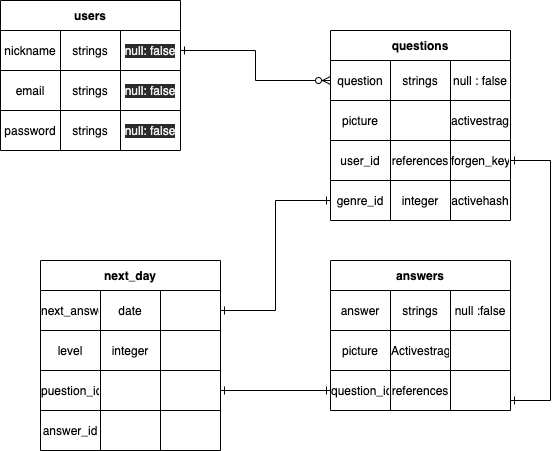
mizukosy/tango-app keeps this draw.io diagram as tango_next.drawio.png. Above is the earlier version. Source tidied: cells renumbered, new cells last; positions are measured from the earlier drawing's top-left corner, leaving out a move shared by most shapes.
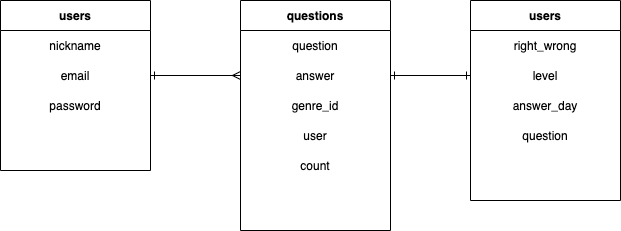
After the commit.

Change to the diagram source:
```diff
@@ -2,202 +2,92 @@
   <root>
     <mxCell id="0" />
     <mxCell id="1" parent="0" />
+    <mxCell id="34" value="users" style="shape=table;html=1;whiteSpace=wrap;startSize=30;rowLines=0;fontStyle=1;align=center;" parent="1" vertex="1">
+      <mxGeometry x="30" y="30" width="150" height="170" as="geometry" />
+    </mxCell>
+    <mxCell id="66" style="shape=partialRectangle;html=1;whiteSpace=wrap;fillColor=none;top=0;left=0;bottom=0;right=0;" parent="34" vertex="1">
+      <mxGeometry y="30" width="150" height="30" as="geometry" />
+    </mxCell>
+    <mxCell id="36" value="nickname" style="shape=partialRectangle;html=1;whiteSpace=wrap;fillColor=none;top=0;left=0;bottom=0;right=0;overflow=hidden;" parent="66" vertex="1">
+      <mxGeometry width="150" height="30" as="geometry" />
+    </mxCell>
+    <mxCell id="67" style="shape=partialRectangle;html=1;whiteSpace=wrap;fillColor=none;top=0;left=0;bottom=0;right=0;points=[[0,0.5],[1,0.5]];portConstraint=eastwest;" parent="34" vertex="1">
+      <mxGeometry y="60" width="150" height="30" as="geometry" />
+    </mxCell>
+    <mxCell id="19" value="email" style="shape=partialRectangle;html=1;whiteSpace=wrap;fillColor=none;top=0;left=0;bottom=0;right=0;overflow=hidden;" parent="67" vertex="1">
+      <mxGeometry width="150" height="30" as="geometry" />
+    </mxCell>
+    <mxCell id="68" style="shape=partialRectangle;html=1;whiteSpace=wrap;fillColor=none;top=0;left=0;bottom=0;right=0;" parent="34" vertex="1">
+      <mxGeometry y="90" width="150" height="30" as="geometry" />
+    </mxCell>
+    <mxCell id="44" value="password" style="shape=partialRectangle;html=1;whiteSpace=wrap;fillColor=none;top=0;left=0;bottom=0;right=0;overflow=hidden;" parent="68" vertex="1">
+      <mxGeometry width="150" height="30" as="geometry" />
+    </mxCell>
+    <mxCell id="53" value="users" style="shape=table;html=1;whiteSpace=wrap;startSize=30;rowLines=0;fontStyle=1;align=center;" parent="1" vertex="1">
+      <mxGeometry x="500" y="30" width="150" height="200" as="geometry" />
+    </mxCell>
+    <mxCell id="54" style="shape=partialRectangle;html=1;whiteSpace=wrap;fillColor=none;top=0;left=0;bottom=0;right=0;" parent="53" vertex="1">
+      <mxGeometry y="30" width="150" height="30" as="geometry" />
+    </mxCell>
+    <mxCell id="55" value="right_wrong" style="shape=partialRectangle;html=1;whiteSpace=wrap;fillColor=none;top=0;left=0;bottom=0;right=0;overflow=hidden;" parent="54" vertex="1">
+      <mxGeometry width="150" height="30" as="geometry" />
+    </mxCell>
+    <mxCell id="58" style="shape=partialRectangle;html=1;whiteSpace=wrap;fillColor=none;top=0;left=0;bottom=0;right=0;points=[[0,0.5],[1,0.5]];portConstraint=eastwest;" parent="53" vertex="1">
+      <mxGeometry y="60" width="150" height="30" as="geometry" />
+    </mxCell>
+    <mxCell id="59" value="level" style="shape=partialRectangle;html=1;whiteSpace=wrap;fillColor=none;top=0;left=0;bottom=0;right=0;overflow=hidden;" parent="58" vertex="1">
+      <mxGeometry width="150" height="30" as="geometry" />
+    </mxCell>
+    <mxCell id="69" style="shape=partialRectangle;html=1;whiteSpace=wrap;fillColor=none;top=0;left=0;bottom=0;right=0;" parent="53" vertex="1">
+      <mxGeometry y="90" width="150" height="30" as="geometry" />
+    </mxCell>
+    <mxCell id="60" value="answer_day" style="shape=partialRectangle;html=1;whiteSpace=wrap;fillColor=none;top=0;left=0;bottom=0;right=0;overflow=hidden;" parent="69" vertex="1">
+      <mxGeometry width="150" height="30" as="geometry" />
+    </mxCell>
+    <mxCell id="61" style="shape=partialRectangle;html=1;whiteSpace=wrap;fillColor=none;top=0;left=0;bottom=0;right=0;" parent="53" vertex="1">
+      <mxGeometry y="120" width="150" height="30" as="geometry" />
+    </mxCell>
+    <mxCell id="62" value="question" style="shape=partialRectangle;html=1;whiteSpace=wrap;fillColor=none;top=0;left=0;bottom=0;right=0;overflow=hidden;" parent="61" vertex="1">
+      <mxGeometry width="150" height="30" as="geometry" />
+    </mxCell>
-    <mxCell id="2" value="questions" style="shape=table;html=1;whiteSpace=wrap;startSize=30;fontStyle=1;align=center;" parent="1" vertex="1">
-      <mxGeometry x="330" y="30" width="180" height="190" as="geometry" />
+    <mxCell id="2" value="questions" style="shape=table;html=1;whiteSpace=wrap;startSize=30;rowLines=0;fontStyle=1;align=center;" parent="1" vertex="1">
+      <mxGeometry x="270" y="30" width="150" height="230" as="geometry" />
     </mxCell>
-    <mxCell id="3" style="shape=partialRectangle;html=1;whiteSpace=wrap;fillColor=none;top=0;left=0;bottom=0;right=0;points=[[0,0.5],[1,0.5]];portConstraint=eastwest;" parent="2" vertex="1">
-      <mxGeometry y="30" width="180" height="40" as="geometry" />
-    </mxCell>
+    <mxCell id="70" style="shape=partialRectangle;html=1;whiteSpace=wrap;fillColor=none;top=0;left=0;bottom=0;right=0;" parent="2" vertex="1">
+      <mxGeometry y="30" width="150" height="30" as="geometry" />
+    </mxCell>
-    <mxCell id="4" value="question" style="shape=partialRectangle;html=1;whiteSpace=wrap;fillColor=none;top=0;left=0;bottom=0;right=0;overflow=hidden;" parent="3" vertex="1">
-      <mxGeometry width="60" height="40" as="geometry" />
+    <mxCell id="4" value="question" style="shape=partialRectangle;html=1;whiteSpace=wrap;fillColor=none;top=0;left=0;bottom=0;right=0;overflow=hidden;" parent="70" vertex="1">
+      <mxGeometry width="150" height="30" as="geometry" />
     </mxCell>
-    <mxCell id="5" value="strings" style="shape=partialRectangle;html=1;whiteSpace=wrap;fillColor=none;top=0;left=0;bottom=0;right=0;overflow=hidden;" parent="3" vertex="1">
-      <mxGeometry x="60" width="60" height="40" as="geometry" />
-    </mxCell>
-    <mxCell id="6" value="null : false" style="shape=partialRectangle;html=1;whiteSpace=wrap;fillColor=none;top=0;left=0;bottom=0;right=0;overflow=hidden;" parent="3" vertex="1">
-      <mxGeometry x="120" width="60" height="40" as="geometry" />
-    </mxCell>
-    <mxCell id="7" style="shape=partialRectangle;html=1;whiteSpace=wrap;fillColor=none;top=0;left=0;bottom=0;right=0;" parent="2" vertex="1">
-      <mxGeometry y="70" width="180" height="40" as="geometry" />
-    </mxCell>
-    <mxCell id="8" value="picture" style="shape=partialRectangle;html=1;whiteSpace=wrap;fillColor=none;top=0;left=0;bottom=0;right=0;overflow=hidden;" parent="7" vertex="1">
-      <mxGeometry width="60" height="40" as="geometry" />
-    </mxCell>
-    <mxCell id="9" style="shape=partialRectangle;html=1;whiteSpace=wrap;fillColor=none;top=0;left=0;bottom=0;right=0;overflow=hidden;" parent="7" vertex="1">
-      <mxGeometry x="60" width="60" height="40" as="geometry" />
-    </mxCell>
-    <mxCell id="10" value="activestrage" style="shape=partialRectangle;html=1;whiteSpace=wrap;fillColor=none;top=0;left=0;bottom=0;right=0;overflow=hidden;" parent="7" vertex="1">
-      <mxGeometry x="120" width="60" height="40" as="geometry" />
-    </mxCell>
-    <mxCell id="11" style="shape=partialRectangle;html=1;whiteSpace=wrap;fillColor=none;top=0;left=0;bottom=0;right=0;points=[[0,0.5],[1,0.5]];portConstraint=eastwest;" parent="2" vertex="1">
-      <mxGeometry y="110" width="180" height="40" as="geometry" />
-    </mxCell>
-    <mxCell id="12" value="user_id" style="shape=partialRectangle;html=1;whiteSpace=wrap;fillColor=none;top=0;left=0;bottom=0;right=0;overflow=hidden;" parent="11" vertex="1">
-      <mxGeometry width="60" height="40" as="geometry" />
-    </mxCell>
-    <mxCell id="13" value="references" style="shape=partialRectangle;html=1;whiteSpace=wrap;fillColor=none;top=0;left=0;bottom=0;right=0;overflow=hidden;" parent="11" vertex="1">
-      <mxGeometry x="60" width="60" height="40" as="geometry" />
-    </mxCell>
-    <mxCell id="14" value="forgen_key" style="shape=partialRectangle;html=1;whiteSpace=wrap;fillColor=none;top=0;left=0;bottom=0;right=0;overflow=hidden;" parent="11" vertex="1">
-      <mxGeometry x="120" width="60" height="40" as="geometry" />
-    </mxCell>
-    <mxCell id="15" style="shape=partialRectangle;html=1;whiteSpace=wrap;fillColor=none;top=0;left=0;bottom=0;right=0;points=[[0,0.5],[1,0.5]];portConstraint=eastwest;" parent="2" vertex="1">
-      <mxGeometry y="150" width="180" height="40" as="geometry" />
-    </mxCell>
-    <mxCell id="16" value="genre_id" style="shape=partialRectangle;html=1;whiteSpace=wrap;fillColor=none;top=0;left=0;bottom=0;right=0;overflow=hidden;" parent="15" vertex="1">
-      <mxGeometry width="60" height="40" as="geometry" />
-    </mxCell>
-    <mxCell id="17" value="integer" style="shape=partialRectangle;html=1;whiteSpace=wrap;fillColor=none;top=0;left=0;bottom=0;right=0;overflow=hidden;" parent="15" vertex="1">
-      <mxGeometry x="60" width="60" height="40" as="geometry" />
-    </mxCell>
-    <mxCell id="18" value="activehash" style="shape=partialRectangle;html=1;whiteSpace=wrap;fillColor=none;top=0;left=0;bottom=0;right=0;overflow=hidden;" parent="15" vertex="1">
-      <mxGeometry x="120" width="60" height="40" as="geometry" />
-    </mxCell>
-    <mxCell id="19" style="edgeStyle=orthogonalEdgeStyle;rounded=0;jettySize=auto;html=1;exitX=1;exitY=0.5;exitDx=0;exitDy=0;startArrow=ERone;startFill=0;endArrow=ERzeroToMany;endFill=1;entryX=0;entryY=0.5;entryDx=0;entryDy=0;" parent="1" edge="1" source="35" target="3">
-      <mxGeometry relative="1" as="geometry" />
-    </mxCell>
-    <mxCell id="20" style="edgeStyle=orthogonalEdgeStyle;rounded=0;jettySize=auto;html=1;startArrow=ERone;startFill=0;endArrow=ERone;endFill=0;exitX=1;exitY=0.5;exitDx=0;exitDy=0;" parent="1" edge="1" source="11" target="30">
-      <mxGeometry relative="1" as="geometry">
-        <Array as="points">
-          <mxPoint x="550" y="160" />
-          <mxPoint x="550" y="400" />
-        </Array>
-      </mxGeometry>
-    </mxCell>
-    <mxCell id="21" value="answers" style="shape=table;html=1;whiteSpace=wrap;startSize=30;fontStyle=1;align=center;" parent="1" vertex="1">
-      <mxGeometry x="330" y="260" width="180" height="150" as="geometry" />
-    </mxCell>
-    <mxCell id="22" style="shape=partialRectangle;html=1;whiteSpace=wrap;fillColor=none;top=0;left=0;bottom=0;right=0;" parent="21" vertex="1">
-      <mxGeometry y="30" width="180" height="40" as="geometry" />
-    </mxCell>
+    <mxCell id="71" style="shape=partialRectangle;html=1;whiteSpace=wrap;fillColor=none;top=0;left=0;bottom=0;right=0;points=[[0,0.5],[1,0.5]];portConstraint=eastwest;" parent="2" vertex="1">
+      <mxGeometry y="60" width="150" height="30" as="geometry" />
+    </mxCell>
-    <mxCell id="23" value="answer" style="shape=partialRectangle;html=1;whiteSpace=wrap;fillColor=none;top=0;left=0;bottom=0;right=0;overflow=hidden;" parent="22" vertex="1">
-      <mxGeometry width="60" height="40" as="geometry" />
+    <mxCell id="23" value="answer" style="shape=partialRectangle;html=1;whiteSpace=wrap;fillColor=none;top=0;left=0;bottom=0;right=0;overflow=hidden;" parent="71" vertex="1">
+      <mxGeometry width="150" height="30" as="geometry" />
     </mxCell>
-    <mxCell id="24" value="strings" style="shape=partialRectangle;html=1;whiteSpace=wrap;fillColor=none;top=0;left=0;bottom=0;right=0;overflow=hidden;" parent="22" vertex="1">
-      <mxGeometry x="60" width="60" height="40" as="geometry" />
-    </mxCell>
-    <mxCell id="25" value="null :false" style="shape=partialRectangle;html=1;whiteSpace=wrap;fillColor=none;top=0;left=0;bottom=0;right=0;overflow=hidden;" parent="22" vertex="1">
-      <mxGeometry x="120" width="60" height="40" as="geometry" />
-    </mxCell>
-    <mxCell id="26" style="shape=partialRectangle;html=1;whiteSpace=wrap;fillColor=none;top=0;left=0;bottom=0;right=0;" parent="21" vertex="1">
-      <mxGeometry y="70" width="180" height="40" as="geometry" />
-    </mxCell>
-    <mxCell id="27" value="picture" style="shape=partialRectangle;html=1;whiteSpace=wrap;fillColor=none;top=0;left=0;bottom=0;right=0;overflow=hidden;" parent="26" vertex="1">
-      <mxGeometry width="60" height="40" as="geometry" />
-    </mxCell>
-    <mxCell id="28" value="Activestragge" style="shape=partialRectangle;html=1;whiteSpace=wrap;fillColor=none;top=0;left=0;bottom=0;right=0;overflow=hidden;" parent="26" vertex="1">
-      <mxGeometry x="60" width="60" height="40" as="geometry" />
-    </mxCell>
-    <mxCell id="29" style="shape=partialRectangle;html=1;whiteSpace=wrap;fillColor=none;top=0;left=0;bottom=0;right=0;overflow=hidden;" parent="26" vertex="1">
-      <mxGeometry x="120" width="60" height="40" as="geometry" />
-    </mxCell>
-    <mxCell id="30" style="shape=partialRectangle;html=1;whiteSpace=wrap;fillColor=none;top=0;left=0;bottom=0;right=0;points=[[0,0.5],[1,0.5]];portConstraint=eastwest;" parent="21" vertex="1">
-      <mxGeometry y="110" width="180" height="40" as="geometry" />
-    </mxCell>
-    <mxCell id="31" value="question_id" style="shape=partialRectangle;html=1;whiteSpace=wrap;fillColor=none;top=0;left=0;bottom=0;right=0;overflow=hidden;" parent="30" vertex="1">
-      <mxGeometry width="60" height="40" as="geometry" />
-    </mxCell>
-    <mxCell id="32" value="references" style="shape=partialRectangle;html=1;whiteSpace=wrap;fillColor=none;top=0;left=0;bottom=0;right=0;overflow=hidden;" parent="30" vertex="1">
-      <mxGeometry x="60" width="60" height="40" as="geometry" />
-    </mxCell>
-    <mxCell id="33" style="shape=partialRectangle;html=1;whiteSpace=wrap;fillColor=none;top=0;left=0;bottom=0;right=0;overflow=hidden;" parent="30" vertex="1">
-      <mxGeometry x="120" width="60" height="40" as="geometry" />
-    </mxCell>
-    <mxCell id="34" value="users" style="shape=table;html=1;whiteSpace=wrap;startSize=30;fontStyle=1;align=center;" parent="1" vertex="1">
-      <mxGeometry width="180" height="150" as="geometry" />
-    </mxCell>
-    <mxCell id="35" style="shape=partialRectangle;html=1;whiteSpace=wrap;fillColor=none;top=0;left=0;bottom=0;right=0;points=[[0,0.5],[1,0.5]];portConstraint=eastwest;" parent="34" vertex="1">
-      <mxGeometry y="30" width="180" height="40" as="geometry" />
-    </mxCell>
-    <mxCell id="36" value="nickname" style="shape=partialRectangle;html=1;whiteSpace=wrap;fillColor=none;top=0;left=0;bottom=0;right=0;overflow=hidden;" parent="35" vertex="1">
-      <mxGeometry width="60" height="40" as="geometry" />
-    </mxCell>
-    <mxCell id="37" value="strings" style="shape=partialRectangle;html=1;whiteSpace=wrap;fillColor=none;top=0;left=0;bottom=0;right=0;overflow=hidden;" parent="35" vertex="1">
-      <mxGeometry x="60" width="60" height="40" as="geometry" />
-    </mxCell>
-    <mxCell id="38" value="&lt;meta charset=&quot;utf-8&quot;&gt;&lt;span style=&quot;color: rgb(240, 240, 240); font-family: helvetica; font-size: 12px; font-style: normal; font-weight: 400; letter-spacing: normal; text-align: center; text-indent: 0px; text-transform: none; word-spacing: 0px; background-color: rgb(42, 42, 42); display: inline; float: none;&quot;&gt;null: false&lt;/span&gt;" style="shape=partialRectangle;html=1;whiteSpace=wrap;fillColor=none;top=0;left=0;bottom=0;right=0;overflow=hidden;" parent="35" vertex="1">
-      <mxGeometry x="120" width="60" height="40" as="geometry" />
-    </mxCell>
-    <mxCell id="39" style="shape=partialRectangle;html=1;whiteSpace=wrap;fillColor=none;top=0;left=0;bottom=0;right=0;" parent="34" vertex="1">
-      <mxGeometry y="70" width="180" height="40" as="geometry" />
-    </mxCell>
-    <mxCell id="40" value="email" style="shape=partialRectangle;html=1;whiteSpace=wrap;fillColor=none;top=0;left=0;bottom=0;right=0;overflow=hidden;" parent="39" vertex="1">
-      <mxGeometry width="60" height="40" as="geometry" />
-    </mxCell>
-    <mxCell id="41" value="strings" style="shape=partialRectangle;html=1;whiteSpace=wrap;fillColor=none;top=0;left=0;bottom=0;right=0;overflow=hidden;" parent="39" vertex="1">
-      <mxGeometry x="60" width="60" height="40" as="geometry" />
-    </mxCell>
-    <mxCell id="42" value="&lt;meta charset=&quot;utf-8&quot;&gt;&lt;span style=&quot;color: rgb(240, 240, 240); font-family: helvetica; font-size: 12px; font-style: normal; font-weight: 400; letter-spacing: normal; text-align: center; text-indent: 0px; text-transform: none; word-spacing: 0px; background-color: rgb(42, 42, 42); display: inline; float: none;&quot;&gt;null: false&lt;/span&gt;" style="shape=partialRectangle;html=1;whiteSpace=wrap;fillColor=none;top=0;left=0;bottom=0;right=0;overflow=hidden;" parent="39" vertex="1">
-      <mxGeometry x="120" width="60" height="40" as="geometry" />
-    </mxCell>
-    <mxCell id="43" style="shape=partialRectangle;html=1;whiteSpace=wrap;fillColor=none;top=0;left=0;bottom=0;right=0;" parent="34" vertex="1">
-      <mxGeometry y="110" width="180" height="40" as="geometry" />
-    </mxCell>
-    <mxCell id="44" value="password" style="shape=partialRectangle;html=1;whiteSpace=wrap;fillColor=none;top=0;left=0;bottom=0;right=0;overflow=hidden;" parent="43" vertex="1">
-      <mxGeometry width="60" height="40" as="geometry" />
-    </mxCell>
-    <mxCell id="45" value="strings" style="shape=partialRectangle;html=1;whiteSpace=wrap;fillColor=none;top=0;left=0;bottom=0;right=0;overflow=hidden;" parent="43" vertex="1">
-      <mxGeometry x="60" width="60" height="40" as="geometry" />
-    </mxCell>
-    <mxCell id="46" value="&lt;meta charset=&quot;utf-8&quot;&gt;&lt;span style=&quot;color: rgb(240, 240, 240); font-family: helvetica; font-size: 12px; font-style: normal; font-weight: 400; letter-spacing: normal; text-align: center; text-indent: 0px; text-transform: none; word-spacing: 0px; background-color: rgb(42, 42, 42); display: inline; float: none;&quot;&gt;null: false&lt;/span&gt;" style="shape=partialRectangle;html=1;whiteSpace=wrap;fillColor=none;top=0;left=0;bottom=0;right=0;overflow=hidden;" parent="43" vertex="1">
-      <mxGeometry x="120" width="60" height="40" as="geometry" />
-    </mxCell>
-    <mxCell id="47" value="next_day" style="shape=table;html=1;whiteSpace=wrap;startSize=30;fontStyle=1;align=center;" parent="1" vertex="1">
-      <mxGeometry x="40" y="260" width="180" height="190" as="geometry" />
+    <mxCell id="47" style="shape=partialRectangle;html=1;whiteSpace=wrap;fillColor=none;top=0;left=0;bottom=0;right=0;" parent="2" vertex="1">
+      <mxGeometry y="90" width="150" height="30" as="geometry" />
     </mxCell>
-    <mxCell id="48" style="shape=partialRectangle;html=1;whiteSpace=wrap;fillColor=none;top=0;left=0;bottom=0;right=0;points=[[0,0.5],[1,0.5]];portConstraint=eastwest;" parent="47" vertex="1">
-      <mxGeometry y="30" width="180" height="40" as="geometry" />
+    <mxCell id="48" value="genre_id" style="shape=partialRectangle;html=1;whiteSpace=wrap;fillColor=none;top=0;left=0;bottom=0;right=0;overflow=hidden;" parent="47" vertex="1">
+      <mxGeometry width="150" height="30" as="geometry" />
     </mxCell>
-    <mxCell id="49" value="next_answer" style="shape=partialRectangle;html=1;whiteSpace=wrap;fillColor=none;top=0;left=0;bottom=0;right=0;overflow=hidden;" parent="48" vertex="1">
-      <mxGeometry width="60" height="40" as="geometry" />
+    <mxCell id="49" style="shape=partialRectangle;html=1;whiteSpace=wrap;fillColor=none;top=0;left=0;bottom=0;right=0;" parent="2" vertex="1">
+      <mxGeometry y="120" width="150" height="30" as="geometry" />
     </mxCell>
-    <mxCell id="50" value="date" style="shape=partialRectangle;html=1;whiteSpace=wrap;fillColor=none;top=0;left=0;bottom=0;right=0;overflow=hidden;" parent="48" vertex="1">
-      <mxGeometry x="60" width="60" height="40" as="geometry" />
+    <mxCell id="50" value="user" style="shape=partialRectangle;html=1;whiteSpace=wrap;fillColor=none;top=0;left=0;bottom=0;right=0;overflow=hidden;" parent="49" vertex="1">
+      <mxGeometry width="150" height="30" as="geometry" />
     </mxCell>
-    <mxCell id="51" style="shape=partialRectangle;html=1;whiteSpace=wrap;fillColor=none;top=0;left=0;bottom=0;right=0;overflow=hidden;" parent="48" vertex="1">
-      <mxGeometry x="120" width="60" height="40" as="geometry" />
+    <mxCell id="51" style="shape=partialRectangle;html=1;whiteSpace=wrap;fillColor=none;top=0;left=0;bottom=0;right=0;" parent="2" vertex="1">
+      <mxGeometry y="150" width="150" height="30" as="geometry" />
     </mxCell>
-    <mxCell id="52" style="shape=partialRectangle;html=1;whiteSpace=wrap;fillColor=none;top=0;left=0;bottom=0;right=0;" parent="47" vertex="1">
-      <mxGeometry y="70" width="180" height="40" as="geometry" />
+    <mxCell id="52" value="count" style="shape=partialRectangle;html=1;whiteSpace=wrap;fillColor=none;top=0;left=0;bottom=0;right=0;overflow=hidden;" parent="51" vertex="1">
+      <mxGeometry width="150" height="30" as="geometry" />
     </mxCell>
-    <mxCell id="53" value="level" style="shape=partialRectangle;html=1;whiteSpace=wrap;fillColor=none;top=0;left=0;bottom=0;right=0;overflow=hidden;" parent="52" vertex="1">
-      <mxGeometry width="60" height="40" as="geometry" />
-    </mxCell>
-    <mxCell id="54" value="integer" style="shape=partialRectangle;html=1;whiteSpace=wrap;fillColor=none;top=0;left=0;bottom=0;right=0;overflow=hidden;" parent="52" vertex="1">
-      <mxGeometry x="60" width="60" height="40" as="geometry" />
-    </mxCell>
-    <mxCell id="55" style="shape=partialRectangle;html=1;whiteSpace=wrap;fillColor=none;top=0;left=0;bottom=0;right=0;overflow=hidden;" parent="52" vertex="1">
-      <mxGeometry x="120" width="60" height="40" as="geometry" />
-    </mxCell>
-    <mxCell id="56" style="shape=partialRectangle;html=1;whiteSpace=wrap;fillColor=none;top=0;left=0;bottom=0;right=0;points=[[0,0.5],[1,0.5]];portConstraint=eastwest;" parent="47" vertex="1">
-      <mxGeometry y="110" width="180" height="40" as="geometry" />
-    </mxCell>
-    <mxCell id="57" value="puestion_id" style="shape=partialRectangle;html=1;whiteSpace=wrap;fillColor=none;top=0;left=0;bottom=0;right=0;overflow=hidden;" parent="56" vertex="1">
-      <mxGeometry width="60" height="40" as="geometry" />
-    </mxCell>
-    <mxCell id="58" style="shape=partialRectangle;html=1;whiteSpace=wrap;fillColor=none;top=0;left=0;bottom=0;right=0;overflow=hidden;" parent="56" vertex="1">
-      <mxGeometry x="60" width="60" height="40" as="geometry" />
-    </mxCell>
-    <mxCell id="59" style="shape=partialRectangle;html=1;whiteSpace=wrap;fillColor=none;top=0;left=0;bottom=0;right=0;overflow=hidden;" parent="56" vertex="1">
-      <mxGeometry x="120" width="60" height="40" as="geometry" />
-    </mxCell>
-    <mxCell id="60" style="shape=partialRectangle;html=1;whiteSpace=wrap;fillColor=none;top=0;left=0;bottom=0;right=0;" parent="47" vertex="1">
-      <mxGeometry y="150" width="180" height="40" as="geometry" />
-    </mxCell>
-    <mxCell id="61" value="answer_id" style="shape=partialRectangle;html=1;whiteSpace=wrap;fillColor=none;top=0;left=0;bottom=0;right=0;overflow=hidden;" parent="60" vertex="1">
-      <mxGeometry width="60" height="40" as="geometry" />
-    </mxCell>
-    <mxCell id="62" style="shape=partialRectangle;html=1;whiteSpace=wrap;fillColor=none;top=0;left=0;bottom=0;right=0;overflow=hidden;" parent="60" vertex="1">
-      <mxGeometry x="60" width="60" height="40" as="geometry" />
-    </mxCell>
-    <mxCell id="63" style="shape=partialRectangle;html=1;whiteSpace=wrap;fillColor=none;top=0;left=0;bottom=0;right=0;overflow=hidden;" parent="60" vertex="1">
-      <mxGeometry x="120" width="60" height="40" as="geometry" />
+    <mxCell id="63" style="edgeStyle=orthogonalEdgeStyle;rounded=0;jettySize=auto;html=1;exitX=1;exitY=0.5;exitDx=0;exitDy=0;entryX=0;entryY=0.5;entryDx=0;entryDy=0;endArrow=ERmany;endFill=0;startArrow=ERone;startFill=0;" parent="1" edge="1" source="67" target="71">
+      <mxGeometry relative="1" as="geometry" />
     </mxCell>
-    <mxCell id="64" style="edgeStyle=orthogonalEdgeStyle;rounded=0;jettySize=auto;html=1;exitX=1;exitY=0.5;exitDx=0;exitDy=0;entryX=0;entryY=0.5;entryDx=0;entryDy=0;startArrow=ERone;startFill=0;endArrow=ERone;endFill=0;" parent="1" edge="1" source="48" target="15">
+    <mxCell id="64" style="edgeStyle=orthogonalEdgeStyle;rounded=0;jettySize=auto;html=1;exitX=1;exitY=0.5;exitDx=0;exitDy=0;entryX=0;entryY=0.5;entryDx=0;entryDy=0;startArrow=ERone;startFill=0;endArrow=ERone;endFill=0;" parent="1" edge="1" source="71" target="58">
       <mxGeometry relative="1" as="geometry" />
     </mxCell>
-    <mxCell id="65" style="edgeStyle=orthogonalEdgeStyle;rounded=0;jettySize=auto;html=1;exitX=1;exitY=0.5;exitDx=0;exitDy=0;entryX=0;entryY=0.5;entryDx=0;entryDy=0;startArrow=ERone;startFill=0;endArrow=ERone;endFill=0;" parent="1" edge="1" source="56" target="30">
-      <mxGeometry relative="1" as="geometry" />
-    </mxCell>
   </root>
 </mxGraphModel>
```
